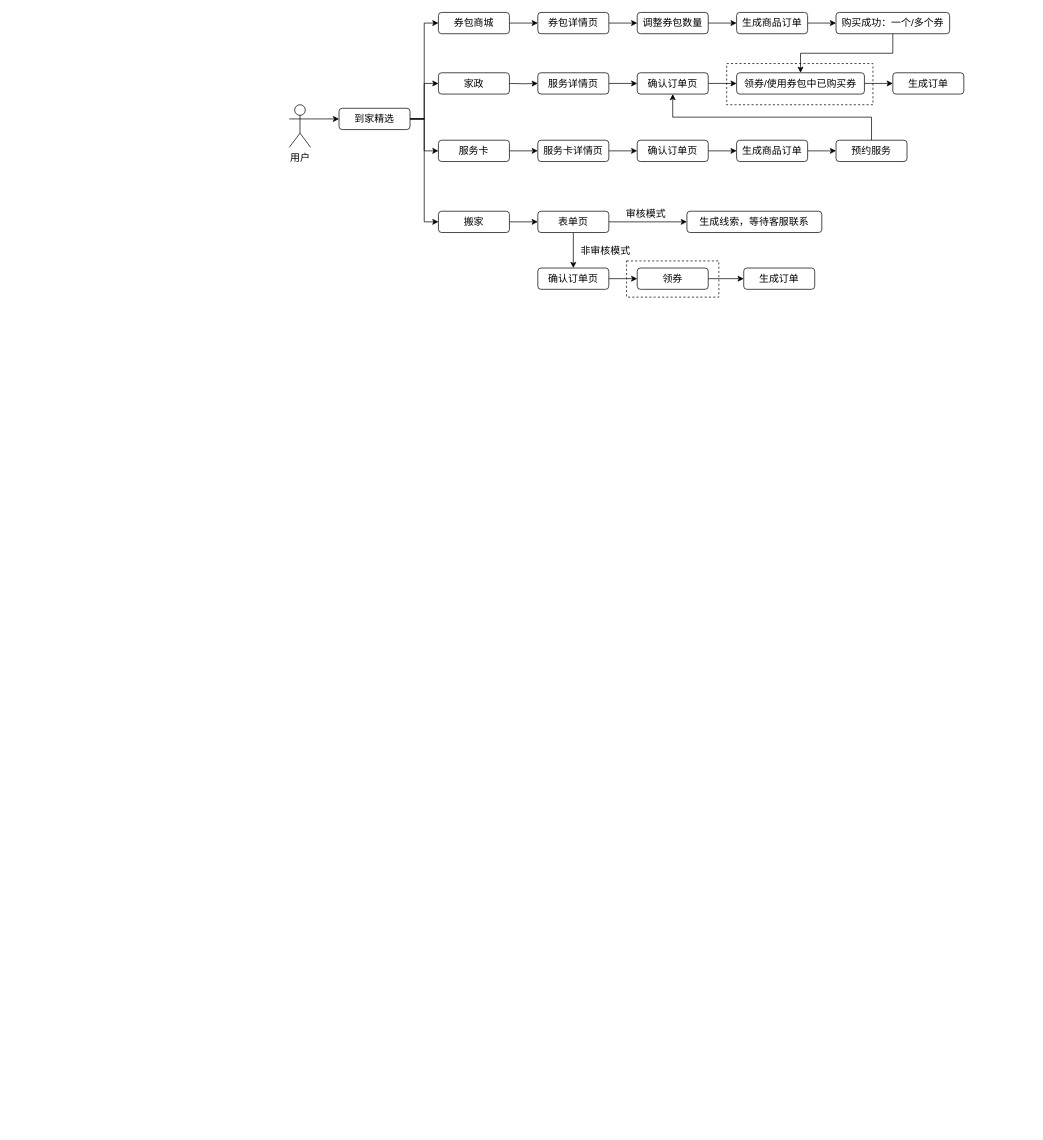
Earlier version of the draw.io diagram page "到家精选整体业务流程" (2 of 2) of Untitled Diagram.drawio (chihiro-qx/hello-world). Source tidied: cells renumbered, new cells numbered last; positions are measured from the earlier drawing's top-left corner, leaving out a move shared by most shapes. Both pictures are drawn from the tidied source at 71%, with x=0, y=0 at pixel (289, 12).
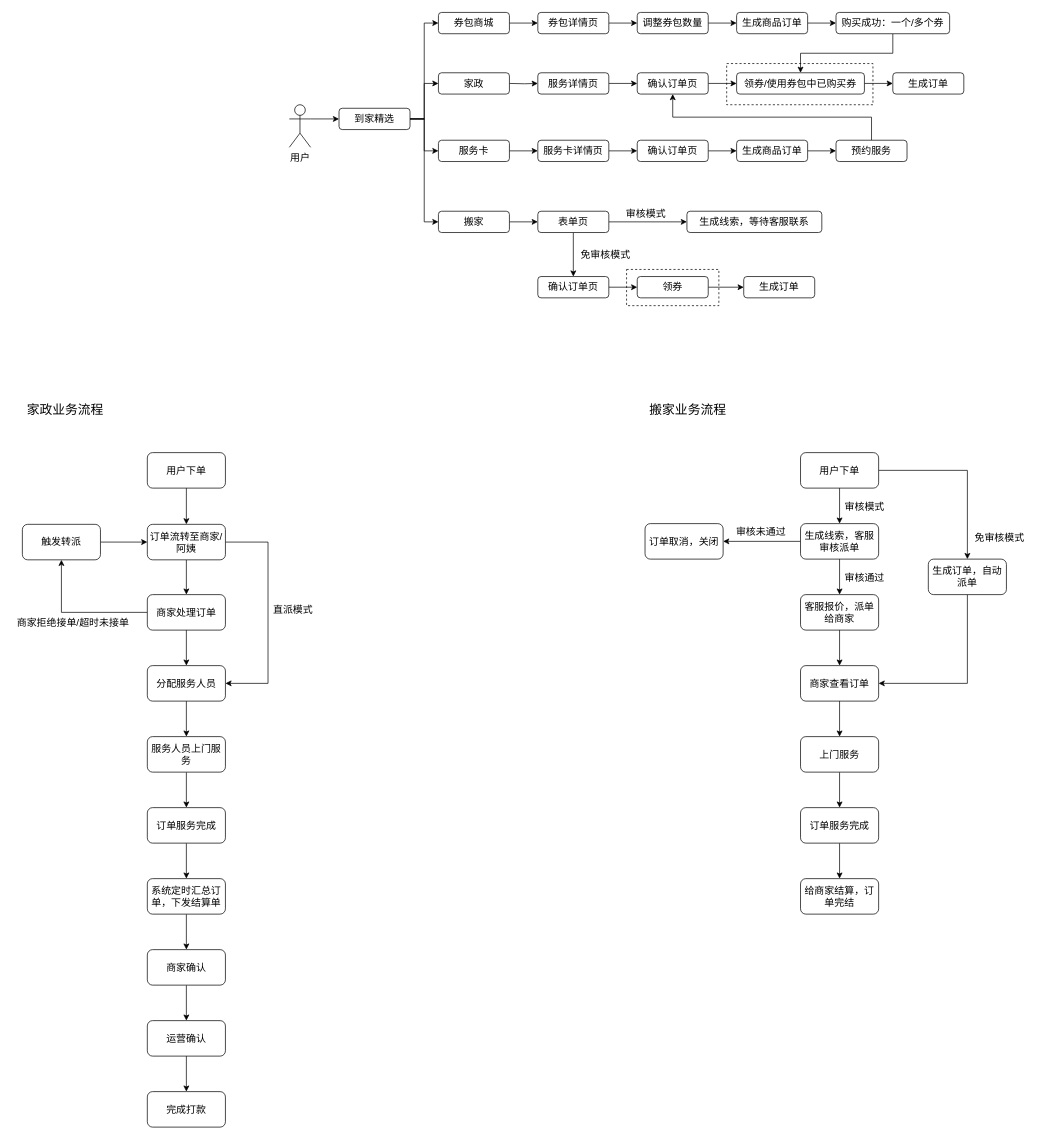
The same page after the edit.

The edit, as a diff of the source:
```diff
@@
     <mxCell id="2" style="rounded=0;whiteSpace=wrap;html=1;dashed=1;fontSize=14;" parent="1" vertex="1">
-      <mxGeometry x="475" y="350" width="130" height="51" as="geometry" />
+      <mxGeometry x="475" y="362" width="130" height="51" as="geometry" />
     </mxCell>
@@
     <mxCell id="47" value="确认订单页" style="rounded=1;whiteSpace=wrap;html=1;fontSize=14;" parent="1" vertex="1">
-      <mxGeometry x="350" y="360" width="100" height="30" as="geometry" />
+      <mxGeometry x="350" y="372" width="100" height="30" as="geometry" />
     </mxCell>
@@
     <mxCell id="49" value="领券" style="rounded=1;whiteSpace=wrap;html=1;fontSize=14;" parent="1" vertex="1">
-      <mxGeometry x="490" y="360" width="100" height="30" as="geometry" />
+      <mxGeometry x="490" y="372" width="100" height="30" as="geometry" />
     </mxCell>
     <mxCell id="50" value="生成订单" style="rounded=1;whiteSpace=wrap;html=1;fontSize=14;" parent="1" vertex="1">
-      <mxGeometry x="640" y="360" width="100" height="30" as="geometry" />
+      <mxGeometry x="640" y="372" width="100" height="30" as="geometry" />
     </mxCell>
@@
-    <mxCell id="52" value="非审核模式" style="text;html=1;align=center;verticalAlign=middle;strokeColor=none;fillColor=none;fontSize=14;" parent="1" vertex="1">
-      <mxGeometry x="400" y="326" width="90" height="20" as="geometry" />
+    <mxCell id="52" value="免审核模式" style="text;html=1;align=center;verticalAlign=middle;strokeColor=none;fillColor=none;fontSize=14;" parent="1" vertex="1">
+      <mxGeometry x="400" y="331" width="90" height="20" as="geometry" />
     </mxCell>
+    <mxCell id="53" value="&lt;font style=&quot;font-size: 18px&quot;&gt;搬家业务流程&lt;/font&gt;" style="text;html=1;align=center;verticalAlign=middle;strokeColor=none;fillColor=none;fontSize=14;" parent="1" vertex="1">
+      <mxGeometry x="501" y="550" width="120" height="20" as="geometry" />
+    </mxCell>
+    <mxCell id="54" style="edgeStyle=orthogonalEdgeStyle;rounded=0;jettySize=auto;html=1;exitX=0;exitY=0.5;exitDx=0;exitDy=0;entryX=1;entryY=0.5;entryDx=0;entryDy=0;fontSize=14;" parent="1" edge="1" source="56" target="63">
+      <mxGeometry relative="1" as="geometry" />
+    </mxCell>
+    <mxCell id="55" style="edgeStyle=orthogonalEdgeStyle;rounded=0;jettySize=auto;html=1;exitX=0.5;exitY=1;exitDx=0;exitDy=0;fontSize=14;" parent="1" edge="1" source="56" target="62">
+      <mxGeometry relative="1" as="geometry" />
+    </mxCell>
+    <mxCell id="56" value="生成线索，客服审核派单" style="rounded=1;whiteSpace=wrap;html=1;fontSize=14;" parent="1" vertex="1">
+      <mxGeometry x="720" y="720" width="110" height="50" as="geometry" />
+    </mxCell>
+    <mxCell id="57" style="edgeStyle=orthogonalEdgeStyle;rounded=0;jettySize=auto;html=1;exitX=0.5;exitY=1;exitDx=0;exitDy=0;entryX=0.5;entryY=0;entryDx=0;entryDy=0;fontSize=14;" parent="1" edge="1" source="59" target="56">
+      <mxGeometry relative="1" as="geometry" />
+    </mxCell>
+    <mxCell id="58" style="edgeStyle=orthogonalEdgeStyle;rounded=0;jettySize=auto;html=1;exitX=1;exitY=0.5;exitDx=0;exitDy=0;fontSize=14;" parent="1" edge="1" source="59" target="74">
+      <mxGeometry relative="1" as="geometry" />
+    </mxCell>
+    <mxCell id="59" value="用户下单" style="rounded=1;whiteSpace=wrap;html=1;fontSize=14;" parent="1" vertex="1">
+      <mxGeometry x="720" y="620" width="110" height="50" as="geometry" />
+    </mxCell>
+    <mxCell id="60" value="审核模式" style="text;html=1;align=center;verticalAlign=middle;strokeColor=none;fillColor=none;fontSize=14;" parent="1" vertex="1">
+      <mxGeometry x="775" y="687" width="70" height="20" as="geometry" />
+    </mxCell>
+    <mxCell id="61" style="edgeStyle=orthogonalEdgeStyle;rounded=0;jettySize=auto;html=1;exitX=0.5;exitY=1;exitDx=0;exitDy=0;entryX=0.5;entryY=0;entryDx=0;entryDy=0;fontSize=14;" parent="1" edge="1" source="62" target="67">
+      <mxGeometry relative="1" as="geometry" />
+    </mxCell>
+    <mxCell id="62" value="客服报价，派单给商家" style="rounded=1;whiteSpace=wrap;html=1;fontSize=14;" parent="1" vertex="1">
+      <mxGeometry x="720" y="820" width="110" height="50" as="geometry" />
+    </mxCell>
+    <mxCell id="63" value="订单取消，关闭" style="rounded=1;whiteSpace=wrap;html=1;fontSize=14;" parent="1" vertex="1">
+      <mxGeometry x="501" y="720" width="110" height="50" as="geometry" />
+    </mxCell>
+    <mxCell id="64" value="审核未通过" style="text;html=1;align=center;verticalAlign=middle;strokeColor=none;fillColor=none;fontSize=14;" parent="1" vertex="1">
+      <mxGeometry x="619" y="721" width="90" height="20" as="geometry" />
+    </mxCell>
+    <mxCell id="65" value="审核通过" style="text;html=1;align=center;verticalAlign=middle;strokeColor=none;fillColor=none;fontSize=14;" parent="1" vertex="1">
+      <mxGeometry x="775" y="787" width="70" height="20" as="geometry" />
+    </mxCell>
+    <mxCell id="66" style="edgeStyle=orthogonalEdgeStyle;rounded=0;jettySize=auto;html=1;exitX=0.5;exitY=1;exitDx=0;exitDy=0;fontSize=14;" parent="1" edge="1" source="67" target="69">
+      <mxGeometry relative="1" as="geometry" />
+    </mxCell>
+    <mxCell id="67" value="商家查看订单" style="rounded=1;whiteSpace=wrap;html=1;fontSize=14;" parent="1" vertex="1">
+      <mxGeometry x="720" y="920" width="110" height="50" as="geometry" />
+    </mxCell>
+    <mxCell id="68" style="edgeStyle=orthogonalEdgeStyle;rounded=0;jettySize=auto;html=1;exitX=0.5;exitY=1;exitDx=0;exitDy=0;entryX=0.5;entryY=0;entryDx=0;entryDy=0;fontSize=14;" parent="1" edge="1" source="69" target="71">
+      <mxGeometry relative="1" as="geometry" />
+    </mxCell>
+    <mxCell id="69" value="上门服务" style="rounded=1;whiteSpace=wrap;html=1;fontSize=14;" parent="1" vertex="1">
+      <mxGeometry x="720" y="1020" width="110" height="50" as="geometry" />
+    </mxCell>
+    <mxCell id="70" style="edgeStyle=orthogonalEdgeStyle;rounded=0;jettySize=auto;html=1;exitX=0.5;exitY=1;exitDx=0;exitDy=0;entryX=0.5;entryY=0;entryDx=0;entryDy=0;fontSize=14;" parent="1" edge="1" source="71" target="72">
+      <mxGeometry relative="1" as="geometry" />
+    </mxCell>
+    <mxCell id="71" value="订单服务完成" style="rounded=1;whiteSpace=wrap;html=1;fontSize=14;" parent="1" vertex="1">
+      <mxGeometry x="720" y="1120" width="110" height="50" as="geometry" />
+    </mxCell>
+    <mxCell id="72" value="给商家结算，订单完结" style="rounded=1;whiteSpace=wrap;html=1;fontSize=14;" parent="1" vertex="1">
+      <mxGeometry x="720" y="1220" width="110" height="50" as="geometry" />
+    </mxCell>
+    <mxCell id="73" style="edgeStyle=orthogonalEdgeStyle;rounded=0;jettySize=auto;html=1;exitX=0.5;exitY=1;exitDx=0;exitDy=0;entryX=1;entryY=0.5;entryDx=0;entryDy=0;fontSize=14;" parent="1" edge="1" source="74" target="67">
+      <mxGeometry relative="1" as="geometry" />
+    </mxCell>
+    <mxCell id="74" value="生成订单，自动派单" style="rounded=1;whiteSpace=wrap;html=1;fontSize=14;" parent="1" vertex="1">
+      <mxGeometry x="900" y="770" width="110" height="50" as="geometry" />
+    </mxCell>
+    <mxCell id="75" value="免审核模式" style="text;html=1;align=center;verticalAlign=middle;strokeColor=none;fillColor=none;fontSize=14;" parent="1" vertex="1">
+      <mxGeometry x="955" y="730" width="90" height="20" as="geometry" />
+    </mxCell>
+    <mxCell id="76" style="edgeStyle=orthogonalEdgeStyle;rounded=0;jettySize=auto;html=1;exitX=0.5;exitY=1;exitDx=0;exitDy=0;fontSize=14;" parent="1" edge="1" source="77" target="80">
+      <mxGeometry relative="1" as="geometry" />
+    </mxCell>
+    <mxCell id="77" value="用户下单" style="rounded=1;whiteSpace=wrap;html=1;fontSize=14;" parent="1" vertex="1">
+      <mxGeometry x="-200" y="620" width="110" height="50" as="geometry" />
+    </mxCell>
+    <mxCell id="78" style="edgeStyle=orthogonalEdgeStyle;rounded=0;jettySize=auto;html=1;exitX=0.5;exitY=1;exitDx=0;exitDy=0;entryX=0.5;entryY=0;entryDx=0;entryDy=0;fontSize=14;" parent="1" edge="1" source="80" target="83">
+      <mxGeometry relative="1" as="geometry" />
+    </mxCell>
+    <mxCell id="79" style="edgeStyle=orthogonalEdgeStyle;rounded=0;jettySize=auto;html=1;exitX=1;exitY=0.5;exitDx=0;exitDy=0;entryX=1;entryY=0.5;entryDx=0;entryDy=0;fontSize=14;" parent="1" edge="1" source="80" target="85">
+      <mxGeometry relative="1" as="geometry">
+        <Array as="points">
+          <mxPoint x="-30" y="746" />
+          <mxPoint x="-30" y="945" />
+        </Array>
+      </mxGeometry>
+    </mxCell>
+    <mxCell id="80" value="订单流转至商家/阿姨" style="rounded=1;whiteSpace=wrap;html=1;fontSize=14;" parent="1" vertex="1">
+      <mxGeometry x="-200" y="721" width="110" height="50" as="geometry" />
+    </mxCell>
+    <mxCell id="81" style="edgeStyle=orthogonalEdgeStyle;rounded=0;jettySize=auto;html=1;exitX=0.5;exitY=1;exitDx=0;exitDy=0;fontSize=14;" parent="1" edge="1" source="83" target="85">
+      <mxGeometry relative="1" as="geometry" />
+    </mxCell>
+    <mxCell id="82" style="edgeStyle=orthogonalEdgeStyle;rounded=0;jettySize=auto;html=1;exitX=0;exitY=0.5;exitDx=0;exitDy=0;entryX=0.5;entryY=1;entryDx=0;entryDy=0;fontSize=14;" parent="1" edge="1" source="83" target="91">
+      <mxGeometry relative="1" as="geometry" />
+    </mxCell>
+    <mxCell id="83" value="商家处理订单" style="rounded=1;whiteSpace=wrap;html=1;fontSize=14;" parent="1" vertex="1">
+      <mxGeometry x="-200" y="820" width="110" height="50" as="geometry" />
+    </mxCell>
+    <mxCell id="84" style="edgeStyle=orthogonalEdgeStyle;rounded=0;jettySize=auto;html=1;exitX=0.5;exitY=1;exitDx=0;exitDy=0;entryX=0.5;entryY=0;entryDx=0;entryDy=0;fontSize=14;" parent="1" edge="1" source="85" target="87">
+      <mxGeometry relative="1" as="geometry" />
+    </mxCell>
+    <mxCell id="85" value="分配服务人员" style="rounded=1;whiteSpace=wrap;html=1;fontSize=14;" parent="1" vertex="1">
+      <mxGeometry x="-200" y="920" width="110" height="50" as="geometry" />
+    </mxCell>
+    <mxCell id="86" style="edgeStyle=orthogonalEdgeStyle;rounded=0;jettySize=auto;html=1;exitX=0.5;exitY=1;exitDx=0;exitDy=0;entryX=0.5;entryY=0;entryDx=0;entryDy=0;fontSize=14;" parent="1" edge="1" source="87" target="89">
+      <mxGeometry relative="1" as="geometry" />
+    </mxCell>
+    <mxCell id="87" value="服务人员上门服务" style="rounded=1;whiteSpace=wrap;html=1;fontSize=14;" parent="1" vertex="1">
+      <mxGeometry x="-200" y="1020" width="110" height="50" as="geometry" />
+    </mxCell>
+    <mxCell id="88" style="edgeStyle=orthogonalEdgeStyle;rounded=0;jettySize=auto;html=1;exitX=0.5;exitY=1;exitDx=0;exitDy=0;entryX=0.5;entryY=0;entryDx=0;entryDy=0;fontSize=14;" parent="1" edge="1" source="89" target="95">
+      <mxGeometry relative="1" as="geometry" />
+    </mxCell>
+    <mxCell id="89" value="订单服务完成" style="rounded=1;whiteSpace=wrap;html=1;fontSize=14;" parent="1" vertex="1">
+      <mxGeometry x="-200" y="1120" width="110" height="50" as="geometry" />
+    </mxCell>
+    <mxCell id="90" style="edgeStyle=orthogonalEdgeStyle;rounded=0;jettySize=auto;html=1;exitX=1;exitY=0.5;exitDx=0;exitDy=0;entryX=0;entryY=0.5;entryDx=0;entryDy=0;fontSize=14;" parent="1" edge="1" source="91" target="80">
+      <mxGeometry relative="1" as="geometry" />
+    </mxCell>
+    <mxCell id="91" value="触发转派" style="rounded=1;whiteSpace=wrap;html=1;fontSize=14;" parent="1" vertex="1">
+      <mxGeometry x="-376" y="721" width="110" height="50" as="geometry" />
+    </mxCell>
+    <mxCell id="92" value="商家拒绝接单/超时未接单" style="text;html=1;align=center;verticalAlign=middle;strokeColor=none;fillColor=none;fontSize=14;" parent="1" vertex="1">
+      <mxGeometry x="-390" y="850" width="170" height="20" as="geometry" />
+    </mxCell>
+    <mxCell id="93" value="直派模式" style="text;html=1;align=center;verticalAlign=middle;strokeColor=none;fillColor=none;fontSize=14;" parent="1" vertex="1">
+      <mxGeometry x="-30" y="832" width="70" height="20" as="geometry" />
+    </mxCell>
+    <mxCell id="94" style="edgeStyle=orthogonalEdgeStyle;rounded=0;jettySize=auto;html=1;exitX=0.5;exitY=1;exitDx=0;exitDy=0;entryX=0.5;entryY=0;entryDx=0;entryDy=0;fontSize=14;" parent="1" edge="1" source="95" target="97">
+      <mxGeometry relative="1" as="geometry" />
+    </mxCell>
+    <mxCell id="95" value="系统定时汇总订单，下发结算单" style="rounded=1;whiteSpace=wrap;html=1;fontSize=14;" parent="1" vertex="1">
+      <mxGeometry x="-200" y="1220" width="110" height="50" as="geometry" />
+    </mxCell>
+    <mxCell id="96" style="edgeStyle=orthogonalEdgeStyle;rounded=0;jettySize=auto;html=1;exitX=0.5;exitY=1;exitDx=0;exitDy=0;entryX=0.5;entryY=0;entryDx=0;entryDy=0;fontSize=14;" parent="1" edge="1" source="97" target="99">
+      <mxGeometry relative="1" as="geometry" />
+    </mxCell>
+    <mxCell id="97" value="商家确认" style="rounded=1;whiteSpace=wrap;html=1;fontSize=14;" parent="1" vertex="1">
+      <mxGeometry x="-200" y="1320" width="110" height="50" as="geometry" />
+    </mxCell>
+    <mxCell id="98" style="edgeStyle=orthogonalEdgeStyle;rounded=0;jettySize=auto;html=1;exitX=0.5;exitY=1;exitDx=0;exitDy=0;entryX=0.5;entryY=0;entryDx=0;entryDy=0;fontSize=14;" parent="1" edge="1" source="99" target="100">
+      <mxGeometry relative="1" as="geometry" />
+    </mxCell>
+    <mxCell id="99" value="运营确认" style="rounded=1;whiteSpace=wrap;html=1;fontSize=14;" parent="1" vertex="1">
+      <mxGeometry x="-200" y="1420" width="110" height="50" as="geometry" />
+    </mxCell>
+    <mxCell id="100" value="完成打款" style="rounded=1;whiteSpace=wrap;html=1;fontSize=14;" parent="1" vertex="1">
+      <mxGeometry x="-200" y="1520" width="110" height="50" as="geometry" />
+    </mxCell>
+    <mxCell id="101" value="&lt;font style=&quot;font-size: 18px&quot;&gt;家政业务流程&lt;/font&gt;" style="text;html=1;align=center;verticalAlign=middle;strokeColor=none;fillColor=none;fontSize=14;" parent="1" vertex="1">
+      <mxGeometry x="-376" y="550" width="120" height="20" as="geometry" />
+    </mxCell>
```
